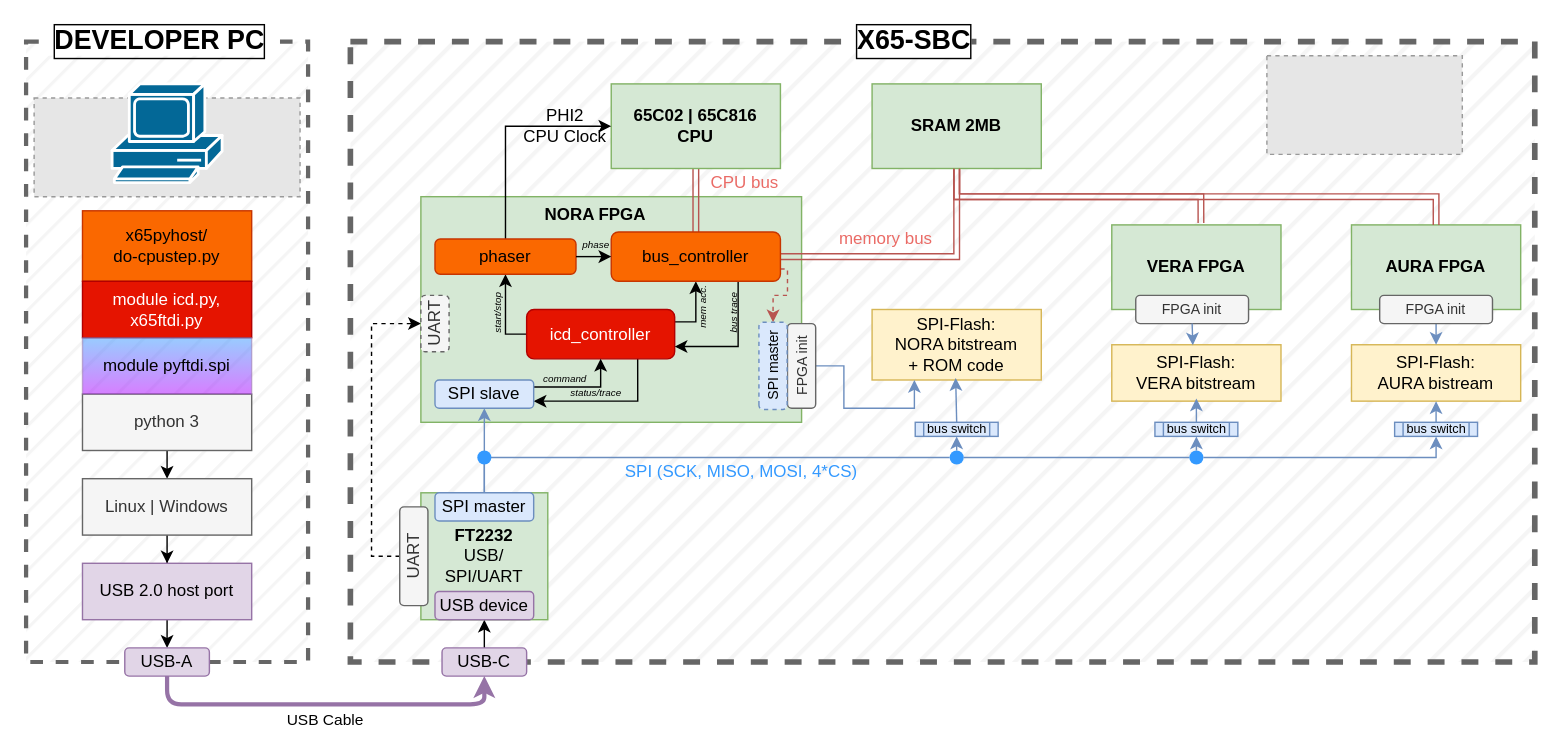
jsyk/x65 keeps this draw.io diagram as doc/pic/icd-blockdiagram.drawio. Above is the earlier version. Source tidied: cells renumbered, new cells numbered last; positions are measured from the earlier drawing's top-left corner, leaving out a move shared by most shapes. Both pictures are drawn from the tidied source at 141%, with x=0, y=0 at pixel (25, 27). Pictures stored in the file or linked from it are replaced by grey dashed boxes.
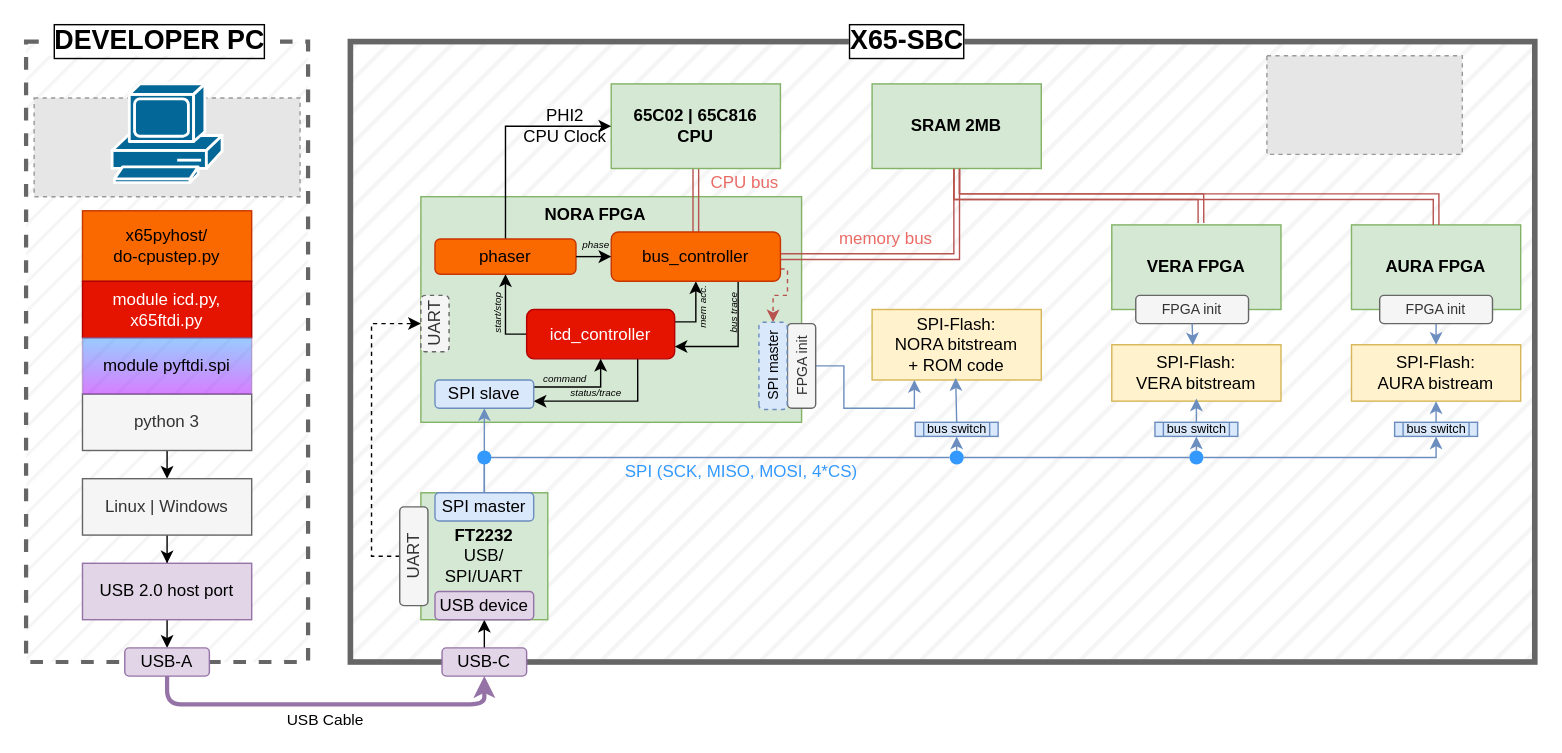
The same page after the edit.

What changed in the source:
```diff
@@
-    <mxCell id="2" style="rounded=0;whiteSpace=wrap;html=1;dashed=1;shadow=0;fillColor=#f5f5f5;strokeColor=#666666;fillStyle=hatch;fontColor=#333333;strokeWidth=4;" parent="1" vertex="1">
+    <mxCell id="2" style="rounded=0;whiteSpace=wrap;html=1;shadow=0;fillColor=#f5f5f5;strokeColor=#666666;fillStyle=hatch;fontColor=#333333;strokeWidth=4;" parent="1" vertex="1">
       <mxGeometry x="230" y="10" width="840" height="440" as="geometry" />
     </mxCell>
@@
     <mxCell id="86" value="X65-SBC" style="text;html=1;align=center;verticalAlign=middle;whiteSpace=wrap;rounded=0;fontStyle=1;fontSize=19;labelBackgroundColor=default;labelBorderColor=default;" parent="1" vertex="1">
-      <mxGeometry x="580" width="100" height="20" as="geometry" />
+      <mxGeometry x="580" width="90" height="20" as="geometry" />
     </mxCell>
```
